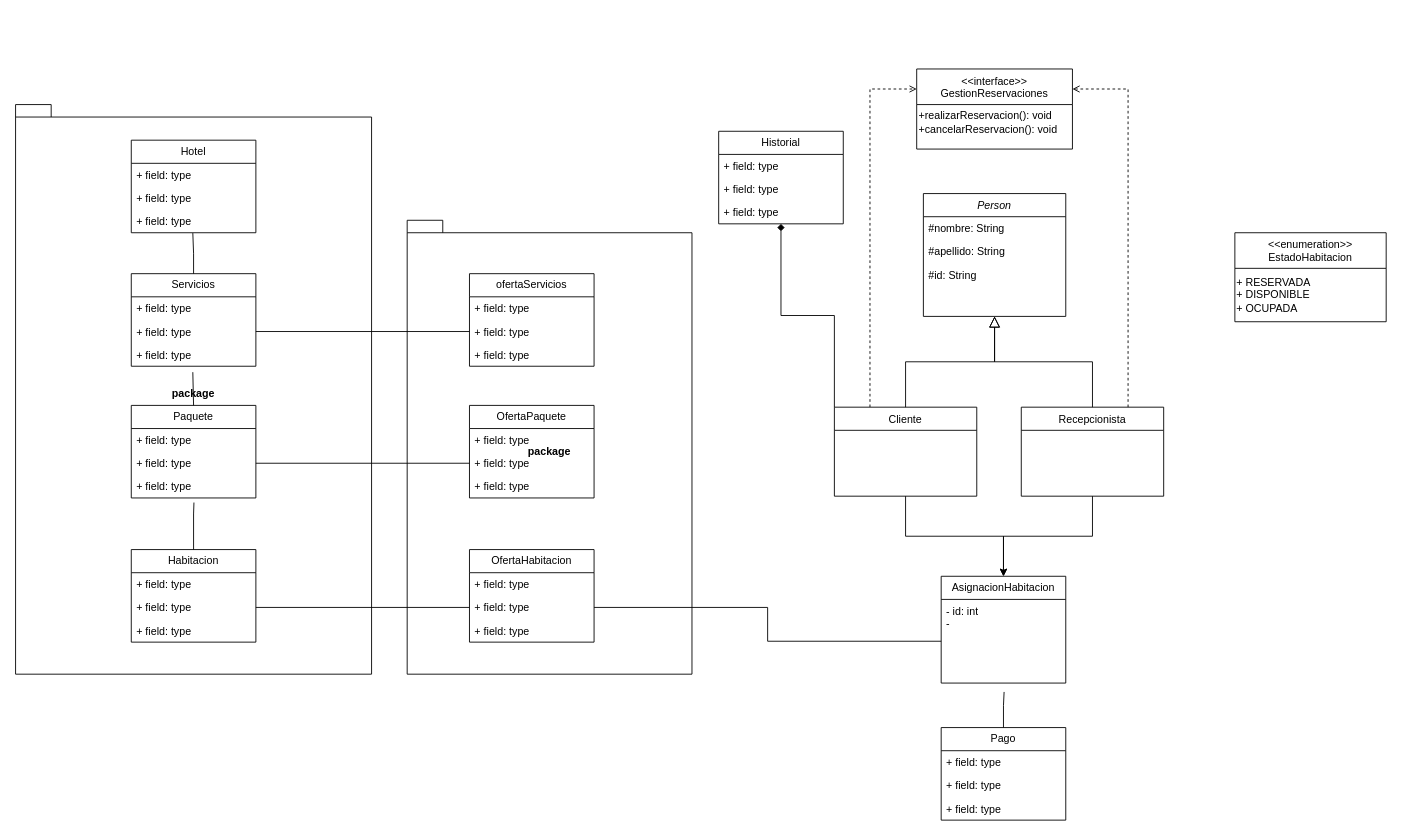
The draw.io diagram SistemaReservacionesHotel.drawio in GabrielCevallos/SistemaReservacionesHotel, before the edit. Source tidied: cells renumbered, new cells numbered last; positions are measured from the earlier drawing's top-left corner, leaving out a move shared by most shapes. Both pictures are drawn from the tidied source at 89%, with x=0, y=0 at pixel (15, 69).
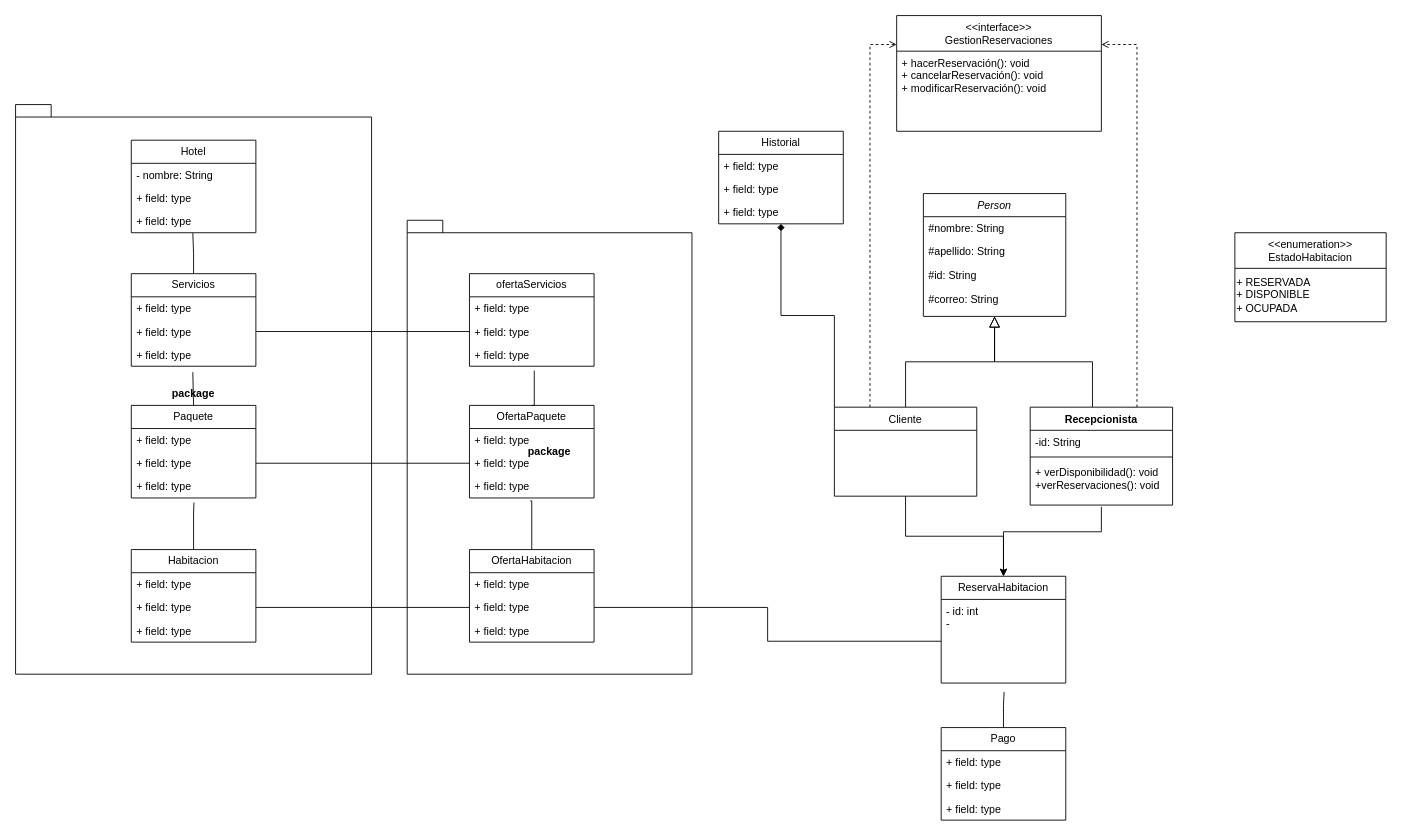
Above is the later version.

Unchanged cells that the change refers to:
```xml
<mxCell id="4" value="Person" style="swimlane;fontStyle=2;align=center;verticalAlign=top;horizontal=1;startSize=26;rounded=0;shadow=0;strokeWidth=1;" parent="1" vertex="1">
  <mxGeometry x="1020" y="140" width="160" height="138" as="geometry" />
</mxCell>
<mxCell id="31" value="OfertaHabitacion" style="swimlane;fontStyle=0;horizontal=1;startSize=26;fillColor=none;whiteSpace=wrap;html=1;" parent="1" vertex="1">
  <mxGeometry x="510" y="540" width="140" height="104" as="geometry" />
</mxCell>
<mxCell id="35" value="OfertaPaquete" style="swimlane;fontStyle=0;horizontal=1;startSize=26;fillColor=none;whiteSpace=wrap;html=1;" parent="1" vertex="1">
  <mxGeometry x="510" y="378" width="140" height="104" as="geometry" />
</mxCell>
<mxCell id="38" value="+ field: type" style="text;strokeColor=none;fillColor=none;align=left;verticalAlign=top;spacingLeft=4;spacingRight=4;overflow=hidden;points=[[0,0.5],[1,0.5]];portConstraint=eastwest;whiteSpace=wrap;html=1;" parent="35" vertex="1">
  <mxGeometry y="78" width="140" height="26" as="geometry" />
</mxCell>
<mxCell id="39" value="Hotel" style="swimlane;fontStyle=0;horizontal=1;startSize=26;fillColor=none;whiteSpace=wrap;html=1;" parent="1" vertex="1">
  <mxGeometry x="130" y="80" width="140" height="104" as="geometry" />
</mxCell>
<mxCell id="54" value="+ field: type" style="text;strokeColor=none;fillColor=none;align=left;verticalAlign=top;spacingLeft=4;spacingRight=4;overflow=hidden;points=[[0,0.5],[1,0.5]];portConstraint=eastwest;whiteSpace=wrap;html=1;" parent="51" vertex="1">
  <mxGeometry y="78" width="140" height="26" as="geometry" />
</mxCell>
```

The edit, as a diff of the source:
```diff
@@
-    <mxCell id="7" value="#id: String" style="text;align=left;verticalAlign=top;spacingLeft=4;spacingRight=4;overflow=hidden;rounded=0;shadow=0;html=0;" parent="4" vertex="1">
-      <mxGeometry y="78" width="160" height="26" as="geometry" />
+    <mxCell id="7" value="#id: String&#10;&#10;#correo: String" style="text;align=left;verticalAlign=top;spacingLeft=4;spacingRight=4;overflow=hidden;rounded=0;shadow=0;html=0;" parent="4" vertex="1">
+      <mxGeometry y="78" width="160" height="52" as="geometry" />
     </mxCell>
@@
-    <mxCell id="13" style="edgeStyle=orthogonalEdgeStyle;rounded=0;jettySize=auto;html=1;exitX=0.5;exitY=1;exitDx=0;exitDy=0;entryX=0.5;entryY=0;entryDx=0;entryDy=0;" parent="1" edge="1" source="15" target="29">
-      <mxGeometry relative="1" as="geometry" />
+    <mxCell id="13" style="edgeStyle=orthogonalEdgeStyle;rounded=0;jettySize=auto;html=1;exitX=0.5;exitY=1.038;exitDx=0;exitDy=0;entryX=0.5;entryY=0;entryDx=0;entryDy=0;exitPerimeter=0;" parent="1" edge="1" source="74" target="29">
+      <mxGeometry relative="1" as="geometry">
+        <Array as="points">
+          <mxPoint x="1220" y="520" />
+          <mxPoint x="1110" y="520" />
+        </Array>
+      </mxGeometry>
     </mxCell>
-    <mxCell id="14" style="edgeStyle=orthogonalEdgeStyle;rounded=0;jettySize=auto;html=1;exitX=0.75;exitY=0;exitDx=0;exitDy=0;entryX=1;entryY=0.25;entryDx=0;entryDy=0;dashed=1;endArrow=open;endFill=0;" parent="1" edge="1" source="15" target="17">
-      <mxGeometry relative="1" as="geometry" />
+    <mxCell id="14" style="edgeStyle=orthogonalEdgeStyle;rounded=0;jettySize=auto;html=1;exitX=0.75;exitY=0;exitDx=0;exitDy=0;entryX=1;entryY=0.25;entryDx=0;entryDy=0;dashed=1;endArrow=open;endFill=0;" parent="1" edge="1" target="17">
+      <mxGeometry relative="1" as="geometry">
+        <mxPoint x="1250" y="380" as="sourcePoint" />
+        <Array as="points">
+          <mxPoint x="1260" y="381" />
+          <mxPoint x="1260" y="-27" />
+        </Array>
+      </mxGeometry>
     </mxCell>
-    <mxCell id="15" value="Recepcionista" style="swimlane;fontStyle=0;align=center;verticalAlign=top;horizontal=1;startSize=26;rounded=0;shadow=0;strokeWidth=1;" parent="1" vertex="1">
-      <mxGeometry x="1130" y="380" width="160" height="100" as="geometry" />
-    </mxCell>
-    <mxCell id="16" style="endArrow=block;endSize=10;endFill=0;shadow=0;strokeWidth=1;rounded=0;curved=0;edgeStyle=elbowEdgeStyle;elbow=vertical;" parent="1" edge="1" source="15" target="4">
-      <mxGeometry relative="1" as="geometry" />
+    <mxCell id="16" style="endArrow=block;endSize=10;endFill=0;shadow=0;strokeWidth=1;rounded=0;curved=0;edgeStyle=elbowEdgeStyle;elbow=vertical;" parent="1" edge="1" target="4">
+      <mxGeometry relative="1" as="geometry">
+        <mxPoint x="1210" y="380" as="sourcePoint" />
+      </mxGeometry>
     </mxCell>
     <mxCell id="17" value="&lt;&lt;interface&gt;&gt;&#10;GestionReservaciones" style="swimlane;fontStyle=0;align=center;verticalAlign=top;horizontal=1;startSize=40;rounded=0;shadow=0;strokeWidth=1;" parent="1" vertex="1">
-      <mxGeometry x="1012.5" width="175" height="90" as="geometry" />
+      <mxGeometry x="990" y="-60" width="230" height="130" as="geometry" />
     </mxCell>
-    <mxCell id="18" value="+realizarReservacion(): void&lt;div&gt;+cancelarReservacion(): void&lt;/div&gt;" style="text;html=1;align=left;verticalAlign=middle;strokeColor=none;fillColor=none;" parent="17" vertex="1">
-      <mxGeometry y="40" width="175" height="40" as="geometry" />
-    </mxCell>
+    <mxCell id="69" value="+ hacerReservación(): void&#10;+ cancelarReservación(): void&#10;+ modificarReservación(): void" style="text;align=left;verticalAlign=top;spacingLeft=4;spacingRight=4;overflow=hidden;" parent="17" vertex="1">
+      <mxGeometry y="40" width="230" height="90" as="geometry" />
+    </mxCell>
@@
-    <mxCell id="29" value="AsignacionHabitacion" style="swimlane;fontStyle=0;horizontal=1;startSize=26;fillColor=none;whiteSpace=wrap;html=1;" parent="1" vertex="1">
+    <mxCell id="29" value="ReservaHabitacion" style="swimlane;fontStyle=0;horizontal=1;startSize=26;fillColor=none;whiteSpace=wrap;html=1;" parent="1" vertex="1">
       <mxGeometry x="1040" y="570" width="140" height="120" as="geometry" />
     </mxCell>
@@
-    <mxCell id="40" value="+ field: type" style="text;strokeColor=none;fillColor=none;align=left;verticalAlign=top;spacingLeft=4;spacingRight=4;overflow=hidden;whiteSpace=wrap;html=1;" parent="39" vertex="1">
+    <mxCell id="40" value="- nombre: String" style="text;strokeColor=none;fillColor=none;align=left;verticalAlign=top;spacingLeft=4;spacingRight=4;overflow=hidden;whiteSpace=wrap;html=1;" parent="39" vertex="1">
       <mxGeometry y="26" width="140" height="26" as="geometry" />
     </mxCell>
@@
+    <mxCell id="70" style="edgeStyle=orthogonalEdgeStyle;rounded=0;jettySize=auto;html=1;exitX=0.5;exitY=0;exitDx=0;exitDy=0;entryX=0.52;entryY=1.19;entryDx=0;entryDy=0;entryPerimeter=0;endArrow=none;endFill=0;" parent="1" edge="1" source="35" target="54">
+      <mxGeometry relative="1" as="geometry" />
+    </mxCell>
+    <mxCell id="71" style="edgeStyle=orthogonalEdgeStyle;rounded=0;jettySize=auto;html=1;exitX=0.5;exitY=0;exitDx=0;exitDy=0;entryX=0.488;entryY=1.125;entryDx=0;entryDy=0;entryPerimeter=0;endArrow=none;endFill=0;" parent="1" edge="1" source="31" target="38">
+      <mxGeometry relative="1" as="geometry">
+        <Array as="points">
+          <mxPoint x="580" y="485" />
+        </Array>
+      </mxGeometry>
+    </mxCell>
+    <mxCell id="15" value="Recepcionista" style="swimlane;fontStyle=1;align=center;verticalAlign=top;horizontal=1;startSize=26;whiteSpace=wrap;html=1;" parent="1" vertex="1">
+      <mxGeometry x="1140" y="380" width="160" height="110" as="geometry" />
+    </mxCell>
+    <mxCell id="72" value="-id: String" style="text;strokeColor=none;fillColor=none;align=left;verticalAlign=top;spacingLeft=4;spacingRight=4;overflow=hidden;whiteSpace=wrap;html=1;" parent="15" vertex="1">
+      <mxGeometry y="26" width="160" height="26" as="geometry" />
+    </mxCell>
+    <mxCell id="73" style="line;strokeWidth=1;fillColor=none;align=left;verticalAlign=middle;spacingTop=-1;spacingLeft=3;spacingRight=3;labelPosition=right;strokeColor=inherit;" parent="15" vertex="1">
+      <mxGeometry y="52" width="160" height="8" as="geometry" />
+    </mxCell>
+    <mxCell id="74" value="+ verDisponibilidad(): void&lt;div&gt;+verReservaciones(): void&lt;/div&gt;" style="text;strokeColor=none;fillColor=none;align=left;verticalAlign=top;spacingLeft=4;spacingRight=4;overflow=hidden;points=[[0,0.5],[1,0.5]];portConstraint=eastwest;whiteSpace=wrap;html=1;" parent="15" vertex="1">
+      <mxGeometry y="60" width="160" height="50" as="geometry" />
+    </mxCell>
```
